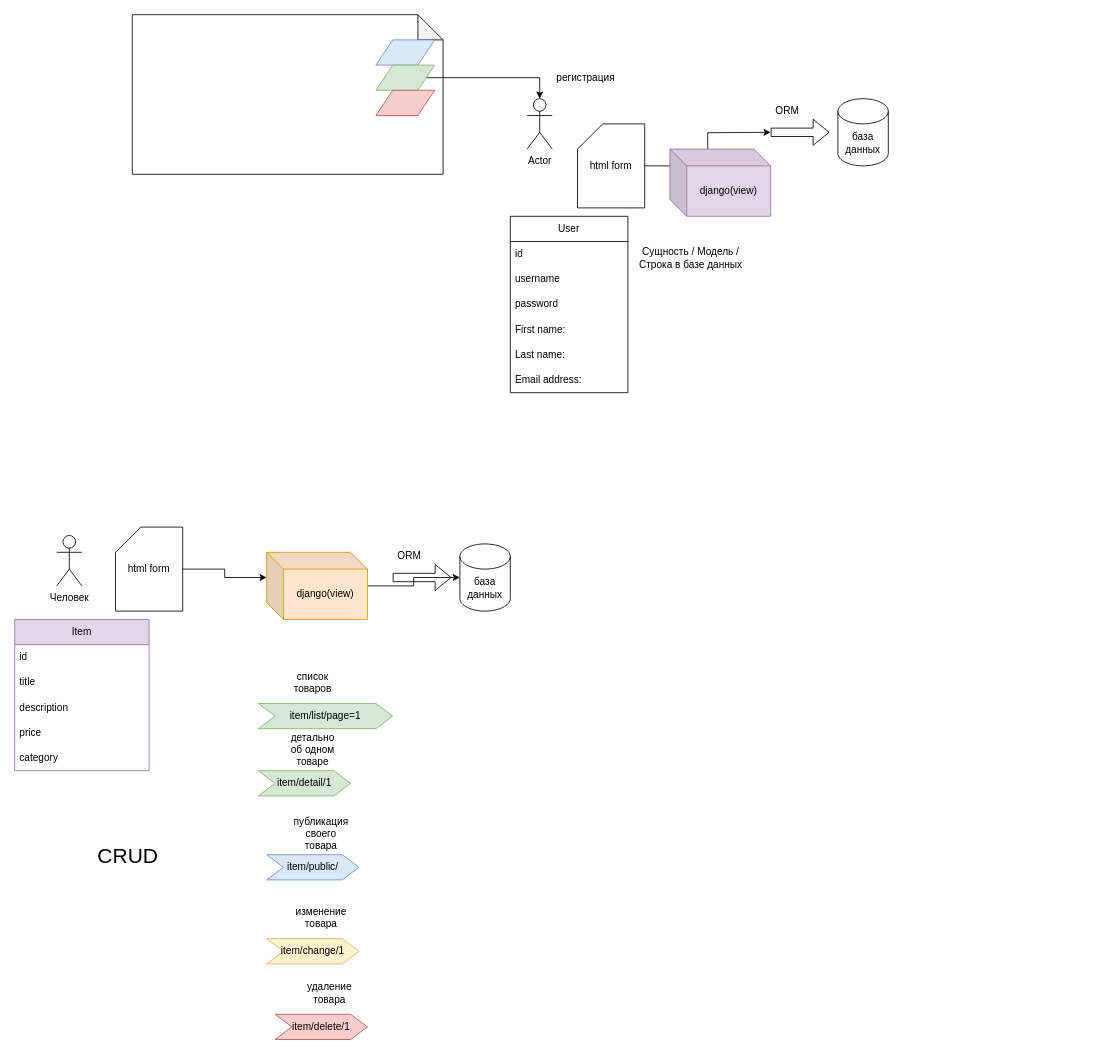
Earlier version of the draw.io diagram projects/6/web_django_olx/схема.drawio (bogdandrienko/PyE-231). Source tidied: cells renumbered, new cells numbered last; positions are measured from the earlier drawing's top-left corner, leaving out a move shared by most shapes. Both pictures are drawn from the tidied source at 84%, with x=0, y=0 at pixel (14, 14).
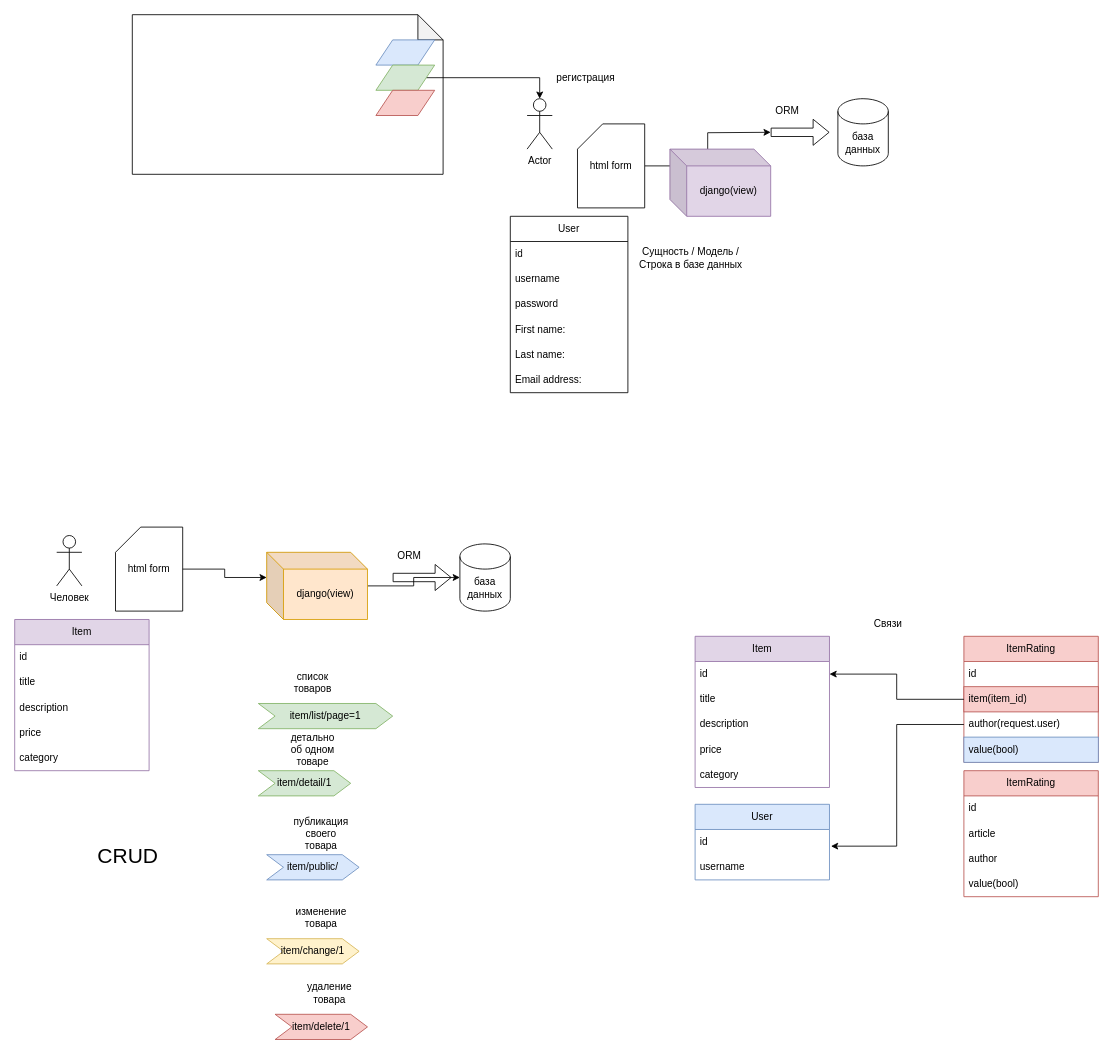
After the change.

What changed in the source:
```diff
@@
+    <mxCell id="48" value="Item" style="swimlane;fontStyle=0;horizontal=1;startSize=30;whiteSpace=wrap;html=1;fillColor=#e1d5e7;strokeColor=#9673a6;" parent="1" vertex="1">
+      <mxGeometry x="810" y="740" width="160" height="180" as="geometry" />
+    </mxCell>
+    <mxCell id="49" value="id" style="text;strokeColor=none;fillColor=none;align=left;verticalAlign=middle;spacingLeft=4;spacingRight=4;overflow=hidden;points=[[0,0.5],[1,0.5]];portConstraint=eastwest;whiteSpace=wrap;html=1;" parent="48" vertex="1">
+      <mxGeometry y="30" width="160" height="30" as="geometry" />
+    </mxCell>
+    <mxCell id="50" value="title" style="text;strokeColor=none;fillColor=none;align=left;verticalAlign=middle;spacingLeft=4;spacingRight=4;overflow=hidden;whiteSpace=wrap;html=1;" parent="48" vertex="1">
+      <mxGeometry y="60" width="160" height="30" as="geometry" />
+    </mxCell>
+    <mxCell id="51" value="description" style="text;strokeColor=none;fillColor=none;align=left;verticalAlign=middle;spacingLeft=4;spacingRight=4;overflow=hidden;whiteSpace=wrap;html=1;" parent="48" vertex="1">
+      <mxGeometry y="90" width="160" height="30" as="geometry" />
+    </mxCell>
+    <mxCell id="52" value="price" style="text;strokeColor=none;fillColor=none;align=left;verticalAlign=middle;spacingLeft=4;spacingRight=4;overflow=hidden;whiteSpace=wrap;html=1;" parent="48" vertex="1">
+      <mxGeometry y="120" width="160" height="30" as="geometry" />
+    </mxCell>
+    <mxCell id="53" value="category" style="text;strokeColor=none;fillColor=none;align=left;verticalAlign=middle;spacingLeft=4;spacingRight=4;overflow=hidden;whiteSpace=wrap;html=1;" parent="48" vertex="1">
+      <mxGeometry y="150" width="160" height="30" as="geometry" />
+    </mxCell>
+    <mxCell id="54" value="ItemRating" style="swimlane;fontStyle=0;horizontal=1;startSize=30;whiteSpace=wrap;html=1;fillColor=#f8cecc;strokeColor=#b85450;" parent="1" vertex="1">
+      <mxGeometry x="1130" y="740" width="160" height="150" as="geometry" />
+    </mxCell>
+    <mxCell id="55" value="id" style="text;strokeColor=none;fillColor=none;align=left;verticalAlign=middle;spacingLeft=4;spacingRight=4;overflow=hidden;whiteSpace=wrap;html=1;" parent="54" vertex="1">
+      <mxGeometry y="30" width="160" height="30" as="geometry" />
+    </mxCell>
+    <mxCell id="56" value="item(item_id)" style="text;strokeColor=#b85450;fillColor=#f8cecc;align=left;verticalAlign=middle;spacingLeft=4;spacingRight=4;overflow=hidden;points=[[0,0.5],[1,0.5]];portConstraint=eastwest;whiteSpace=wrap;html=1;" parent="54" vertex="1">
+      <mxGeometry y="60" width="160" height="30" as="geometry" />
+    </mxCell>
+    <mxCell id="57" value="author(request.user)" style="text;strokeColor=none;fillColor=none;align=left;verticalAlign=middle;spacingLeft=4;spacingRight=4;overflow=hidden;points=[[0,0.5],[1,0.5]];portConstraint=eastwest;whiteSpace=wrap;html=1;" parent="54" vertex="1">
+      <mxGeometry y="90" width="160" height="30" as="geometry" />
+    </mxCell>
+    <mxCell id="58" value="value(bool)" style="text;strokeColor=#6c8ebf;fillColor=#dae8fc;align=left;verticalAlign=middle;spacingLeft=4;spacingRight=4;overflow=hidden;whiteSpace=wrap;html=1;" parent="54" vertex="1">
+      <mxGeometry y="120" width="160" height="30" as="geometry" />
+    </mxCell>
+    <mxCell id="59" style="edgeStyle=orthogonalEdgeStyle;rounded=0;jettySize=auto;html=1;entryX=1;entryY=0.5;entryDx=0;entryDy=0;" parent="1" edge="1" source="56" target="49">
+      <mxGeometry relative="1" as="geometry" />
+    </mxCell>
+    <mxCell id="60" value="User" style="swimlane;fontStyle=0;horizontal=1;startSize=30;whiteSpace=wrap;html=1;fillColor=#dae8fc;strokeColor=#6c8ebf;" parent="1" vertex="1">
+      <mxGeometry x="810" y="940" width="160" height="90" as="geometry" />
+    </mxCell>
+    <mxCell id="61" value="id" style="text;strokeColor=none;fillColor=none;align=left;verticalAlign=middle;spacingLeft=4;spacingRight=4;overflow=hidden;points=[[0,0.5],[1,0.5]];portConstraint=eastwest;whiteSpace=wrap;html=1;" parent="60" vertex="1">
+      <mxGeometry y="30" width="160" height="30" as="geometry" />
+    </mxCell>
+    <mxCell id="62" value="username" style="text;strokeColor=none;fillColor=none;align=left;verticalAlign=middle;spacingLeft=4;spacingRight=4;overflow=hidden;whiteSpace=wrap;html=1;" parent="60" vertex="1">
+      <mxGeometry y="60" width="160" height="30" as="geometry" />
+    </mxCell>
+    <mxCell id="63" style="edgeStyle=orthogonalEdgeStyle;rounded=0;jettySize=auto;html=1;entryX=1.011;entryY=0.661;entryDx=0;entryDy=0;entryPerimeter=0;" parent="1" edge="1" source="57" target="61">
+      <mxGeometry relative="1" as="geometry" />
+    </mxCell>
+    <mxCell id="64" value="ItemRating" style="swimlane;fontStyle=0;horizontal=1;startSize=30;whiteSpace=wrap;html=1;fillColor=#f8cecc;strokeColor=#b85450;" parent="1" vertex="1">
+      <mxGeometry x="1130" y="900" width="160" height="150" as="geometry" />
+    </mxCell>
+    <mxCell id="65" value="id" style="text;strokeColor=none;fillColor=none;align=left;verticalAlign=middle;spacingLeft=4;spacingRight=4;overflow=hidden;whiteSpace=wrap;html=1;" parent="64" vertex="1">
+      <mxGeometry y="30" width="160" height="30" as="geometry" />
+    </mxCell>
+    <mxCell id="66" value="article" style="text;strokeColor=none;fillColor=none;align=left;verticalAlign=middle;spacingLeft=4;spacingRight=4;overflow=hidden;whiteSpace=wrap;html=1;" parent="64" vertex="1">
+      <mxGeometry y="60" width="160" height="30" as="geometry" />
+    </mxCell>
+    <mxCell id="67" value="author" style="text;strokeColor=none;fillColor=none;align=left;verticalAlign=middle;spacingLeft=4;spacingRight=4;overflow=hidden;whiteSpace=wrap;html=1;" parent="64" vertex="1">
+      <mxGeometry y="90" width="160" height="30" as="geometry" />
+    </mxCell>
+    <mxCell id="68" value="value(bool)" style="text;strokeColor=none;fillColor=none;align=left;verticalAlign=middle;spacingLeft=4;spacingRight=4;overflow=hidden;whiteSpace=wrap;html=1;" parent="64" vertex="1">
+      <mxGeometry y="120" width="160" height="30" as="geometry" />
+    </mxCell>
+    <mxCell id="69" value="Связи" style="text;html=1;strokeColor=none;fillColor=none;align=center;verticalAlign=middle;whiteSpace=wrap;rounded=0;" parent="1" vertex="1">
+      <mxGeometry x="1010" y="710" width="60" height="30" as="geometry" />
+    </mxCell>
```
